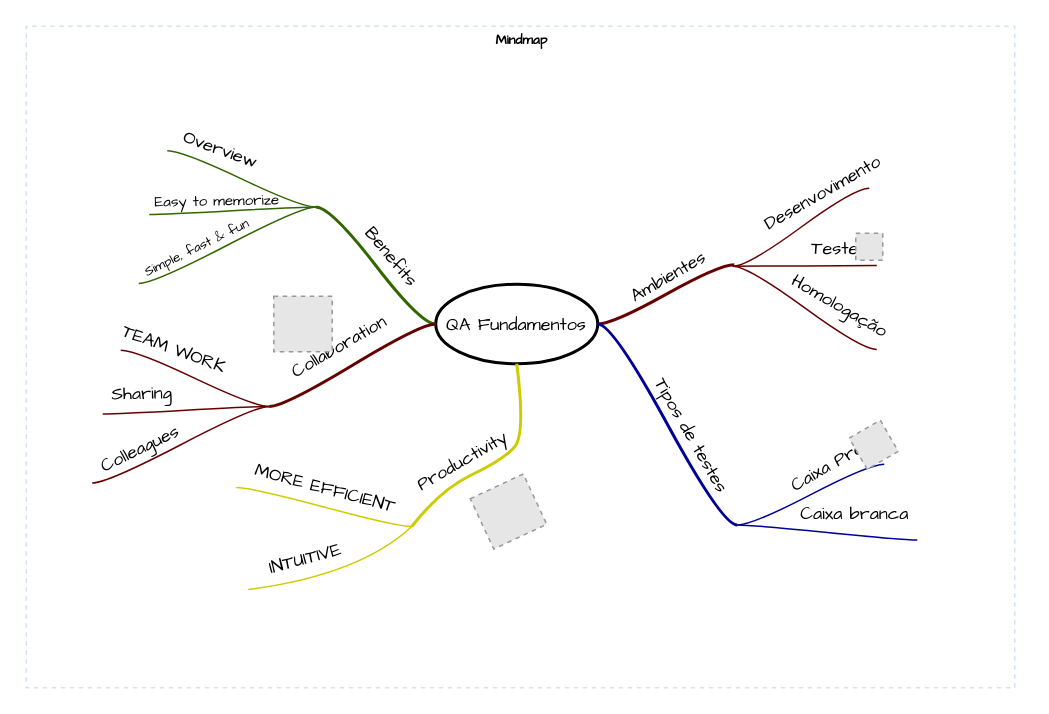
VDocean/QA-Conceitos keeps this draw.io diagram as Diagrama sem nome.drawio. Above is the earlier version. Source tidied: cells renumbered, new cells numbered last; positions are measured from the earlier drawing's top-left corner, leaving out a move shared by most shapes. Both pictures are drawn from the tidied source at 150%, with x=0, y=0 at pixel (26, 26). Pictures stored in the file or linked from it are replaced by grey dashed boxes.
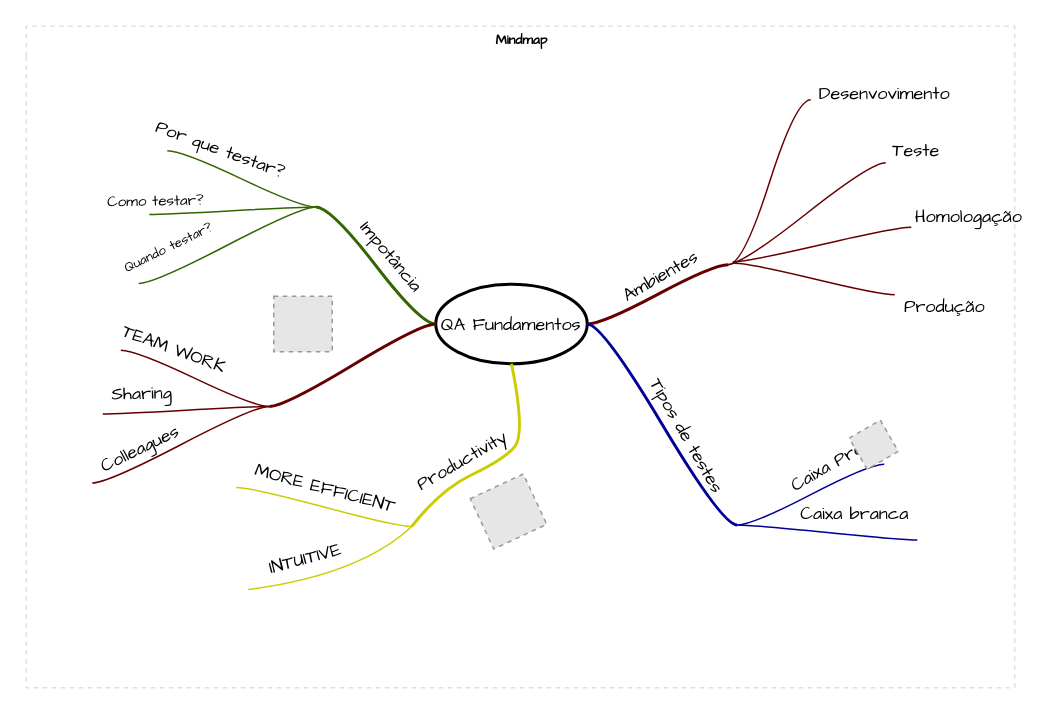
Above is the later version.

Commit message:
ambientes e objetivos dos testes

The change refers to these unchanged cells:
```xml
<mxCell id="2" value="Mindmap" style="swimlane;html=1;startSize=20;horizontal=1;containerType=tree;labelBackgroundColor=none;strokeColor=#D4E1F5;strokeWidth=1;fillColor=none;fontFamily=Comic Sans MS;fontSize=9;swimlaneLine=0;dashed=1;" parent="1" vertex="1">
  <mxGeometry width="659" height="441" as="geometry" />
</mxCell>
<mxCell id="4" style="whiteSpace=wrap;html=1;rounded=1;arcSize=50;align=center;verticalAlign=middle;strokeWidth=1;spacing=4;" parent="2" vertex="1">
  <mxGeometry x="471" y="159" height="2" as="geometry" />
</mxCell>
<mxCell id="7" style="whiteSpace=wrap;html=1;rounded=1;arcSize=50;align=center;verticalAlign=middle;strokeWidth=1;spacing=4;" parent="2" vertex="1" collapsed="1">
  <mxGeometry x="562" y="108" width="5" as="geometry" />
</mxCell>
<mxCell id="10" style="whiteSpace=wrap;html=1;rounded=1;arcSize=50;align=center;verticalAlign=middle;strokeWidth=1;spacing=4;" parent="2" vertex="1">
  <mxGeometry x="567" y="159" height="1" as="geometry" />
</mxCell>
<mxCell id="13" style="whiteSpace=wrap;html=1;rounded=1;arcSize=50;align=center;verticalAlign=middle;strokeWidth=1;spacing=4;" parent="2" vertex="1">
  <mxGeometry x="567" y="215" height="1" as="geometry" />
</mxCell>
<mxCell id="30" style="edgeStyle=entityRelationEdgeStyle;startArrow=none;endArrow=none;segment=10;curved=1;strokeWidth=2;strokeColor=#336600;rounded=0;fontSize=12;startSize=8;endSize=8;" parent="2" edge="1" source="3" target="29">
  <mxGeometry relative="1" as="geometry" />
</mxCell>
<mxCell id="33" style="edgeStyle=entityRelationEdgeStyle;startArrow=none;endArrow=none;segment=10;curved=1;strokeColor=#336600;rounded=0;fontSize=12;startSize=8;endSize=8;" parent="2" edge="1" source="29" target="32">
  <mxGeometry relative="1" as="geometry" />
</mxCell>
<mxCell id="36" style="edgeStyle=entityRelationEdgeStyle;startArrow=none;endArrow=none;segment=10;curved=1;strokeColor=#336600;rounded=0;fontSize=12;startSize=8;endSize=8;" parent="2" edge="1" source="29" target="35">
  <mxGeometry relative="1" as="geometry" />
</mxCell>
<mxCell id="39" style="edgeStyle=entityRelationEdgeStyle;startArrow=none;endArrow=none;segment=10;curved=1;strokeColor=#336600;rounded=0;fontSize=12;startSize=8;endSize=8;" parent="2" edge="1" source="29" target="38">
  <mxGeometry relative="1" as="geometry" />
</mxCell>
<mxCell id="43" style="edgeStyle=entityRelationEdgeStyle;startArrow=none;endArrow=none;segment=10;curved=1;strokeWidth=2;strokeColor=#660000;rounded=0;fontSize=12;startSize=8;endSize=8;" parent="2" edge="1" source="3" target="42">
  <mxGeometry relative="1" as="geometry" />
</mxCell>
```

What changed in the source:
```diff
@@
     <mxCell id="3" value="&lt;font face=&quot;Comic Sans MS&quot;&gt;QA Fundamentos&lt;/font&gt;" style="ellipse;whiteSpace=wrap;html=1;align=center;strokeWidth=2;" parent="2" vertex="1">
-      <mxGeometry x="273" y="172" width="108" height="53" as="geometry" />
+      <mxGeometry x="273" y="172" width="101" height="53" as="geometry" />
     </mxCell>
@@
     <mxCell id="5" style="edgeStyle=entityRelationEdgeStyle;startArrow=none;endArrow=none;segment=10;curved=1;strokeWidth=2;strokeColor=#660000;rounded=0;fontSize=12;startSize=8;endSize=8;" parent="2" edge="1" source="3">
       <mxGeometry relative="1" as="geometry">
-        <mxPoint x="472" y="159" as="targetPoint" />
+        <mxPoint x="468" y="159" as="targetPoint" />
       </mxGeometry>
     </mxCell>
@@
-    <mxCell id="8" style="edgeStyle=entityRelationEdgeStyle;startArrow=none;endArrow=none;segment=10;curved=1;strokeColor=#660000;rounded=0;fontSize=12;startSize=8;endSize=8;" parent="2" edge="1" source="4" target="7">
-      <mxGeometry relative="1" as="geometry" />
+    <mxCell id="8" style="edgeStyle=entityRelationEdgeStyle;startArrow=none;endArrow=none;segment=10;curved=1;strokeColor=#660000;rounded=0;fontSize=12;startSize=8;endSize=8;" parent="2" edge="1">
+      <mxGeometry relative="1" as="geometry">
+        <mxPoint x="468" y="159" as="sourcePoint" />
+        <mxPoint x="523" y="49" as="targetPoint" />
+        <Array as="points">
+          <mxPoint x="518" y="116" />
+          <mxPoint x="515" y="102" />
+          <mxPoint x="518" y="59" />
+        </Array>
+      </mxGeometry>
     </mxCell>
-    <mxCell id="9" value="Desenvovimento" style="text;html=1;align=center;verticalAlign=middle;labelBackgroundColor=none;fontFamily=Comic Sans MS;rotation=-30;" parent="8" vertex="1">
+    <mxCell id="9" value="Desenvovimento" style="text;html=1;align=center;verticalAlign=middle;labelBackgroundColor=none;fontFamily=Comic Sans MS;rotation=0;" parent="8" vertex="1">
       <mxGeometry x="0.26" relative="1" as="geometry">
-        <mxPoint x="3" y="-14" as="offset" />
+        <mxPoint x="71" y="-42" as="offset" />
       </mxGeometry>
     </mxCell>
@@
-    <mxCell id="11" style="edgeStyle=entityRelationEdgeStyle;startArrow=none;endArrow=none;segment=10;curved=1;strokeColor=#660000;rounded=0;fontSize=12;startSize=8;endSize=8;" parent="2" edge="1" source="4" target="10">
-      <mxGeometry relative="1" as="geometry" />
+    <mxCell id="11" style="edgeStyle=entityRelationEdgeStyle;startArrow=none;endArrow=none;segment=10;curved=1;strokeColor=#660000;rounded=0;fontSize=12;startSize=8;endSize=8;" parent="2" edge="1">
+      <mxGeometry relative="1" as="geometry">
+        <mxPoint x="471" y="157" as="sourcePoint" />
+        <mxPoint x="590" y="134" as="targetPoint" />
+      </mxGeometry>
     </mxCell>
     <mxCell id="12" value="Teste" style="text;html=1;align=center;verticalAlign=middle;labelBackgroundColor=none;fontFamily=Comic Sans MS;rotation=0;" parent="11" vertex="1">
       <mxGeometry x="-0.11" y="-1" relative="1" as="geometry">
-        <mxPoint x="24" y="-12" as="offset" />
+        <mxPoint x="68" y="-65" as="offset" />
       </mxGeometry>
     </mxCell>
@@
-    <mxCell id="14" style="edgeStyle=entityRelationEdgeStyle;startArrow=none;endArrow=none;segment=10;curved=1;strokeColor=#660000;rounded=0;fontSize=12;startSize=8;endSize=8;" parent="2" edge="1" source="4" target="13">
-      <mxGeometry relative="1" as="geometry" />
+    <mxCell id="14" style="edgeStyle=entityRelationEdgeStyle;startArrow=none;endArrow=none;segment=10;curved=1;strokeColor=#660000;rounded=0;fontSize=12;startSize=8;endSize=8;" parent="2" edge="1">
+      <mxGeometry relative="1" as="geometry">
+        <mxPoint x="472" y="158" as="sourcePoint" />
+        <mxPoint x="579" y="179" as="targetPoint" />
+      </mxGeometry>
     </mxCell>
-    <mxCell id="15" value="Homologação" style="text;html=1;align=center;verticalAlign=middle;labelBackgroundColor=none;fontFamily=Comic Sans MS;rotation=30;" parent="14" vertex="1">
-      <mxGeometry x="-0.11" y="-1" relative="1" as="geometry">
-        <mxPoint x="28" y="1" as="offset" />
+    <mxCell id="15" value="Homologação" style="text;html=1;align=center;verticalAlign=middle;labelBackgroundColor=none;fontFamily=Comic Sans MS;rotation=0;" parent="14" vertex="1">
+      <mxGeometry relative="1" as="geometry">
+        <mxPoint x="102" y="-41" as="offset" />
       </mxGeometry>
     </mxCell>
@@
-    <mxCell id="27" style="fillColor=#E6E6E6;strokeColor=#999999;dashed=1;html=1;verticalAlign=top;verticalLabelPosition=bottom;labelBackgroundColor=#ffffff;fontFamily=Comic Sans MS;" parent="2" vertex="1">
-      <mxGeometry x="553" y="138" width="18" height="18" as="geometry" />
-    </mxCell>
-    <mxCell id="28" style="edgeStyle=entityRelationEdgeStyle;jumpStyle=arc;html=1;endArrow=classicThin;endFill=1;jettySize=auto;strokeColor=none;strokeWidth=2;fontFamily=Comic Sans MS;rounded=0;fontSize=12;startSize=8;endSize=8;curved=1;" parent="2" edge="1" source="10" target="27">
-      <mxGeometry relative="1" as="geometry" />
-    </mxCell>
@@
-    <mxCell id="31" value="Benefits" style="text;html=1;align=center;verticalAlign=middle;labelBackgroundColor=none;rotation=50;fontFamily=Comic Sans MS;" parent="30" vertex="1">
+    <mxCell id="31" value="Impotância" style="text;html=1;align=center;verticalAlign=middle;labelBackgroundColor=none;rotation=50;fontFamily=Comic Sans MS;" parent="30" vertex="1">
       <mxGeometry x="0.02" y="2" relative="1" as="geometry">
         <mxPoint x="12" y="-7" as="offset" />
       </mxGeometry>
     </mxCell>
@@
-    <mxCell id="34" value="Simple, fast &amp;amp; fun" style="text;html=1;align=center;verticalAlign=middle;labelBackgroundColor=none;fontFamily=Comic Sans MS;rotation=-26;fontSize=9;" parent="33" vertex="1">
+    <mxCell id="34" value="Quando testar?" style="text;html=1;align=center;verticalAlign=middle;labelBackgroundColor=none;fontFamily=Comic Sans MS;rotation=-26;fontSize=9;" parent="33" vertex="1">
       <mxGeometry x="-0.11" y="-1" relative="1" as="geometry">
-        <mxPoint x="-27" y="7" as="offset" />
+        <mxPoint x="-46" y="7" as="offset" />
       </mxGeometry>
     </mxCell>
@@
-    <mxCell id="37" value="Easy to memorize" style="text;html=1;align=center;verticalAlign=middle;labelBackgroundColor=none;fontFamily=Comic Sans MS;rotation=-1;fontSize=10;" parent="36" vertex="1">
+    <mxCell id="37" value="Como testar?" style="text;html=1;align=center;verticalAlign=middle;labelBackgroundColor=none;fontFamily=Comic Sans MS;rotation=-1;fontSize=10;" parent="36" vertex="1">
       <mxGeometry x="-0.11" y="-1" relative="1" as="geometry">
-        <mxPoint x="-18" y="-6" as="offset" />
+        <mxPoint x="-59" y="-6" as="offset" />
       </mxGeometry>
     </mxCell>
@@
-    <mxCell id="40" value="Overview" style="text;html=1;align=center;verticalAlign=middle;labelBackgroundColor=none;fontFamily=Comic Sans MS;rotation=20;" parent="39" vertex="1">
+    <mxCell id="40" value="Por que testar?" style="text;html=1;align=center;verticalAlign=middle;labelBackgroundColor=none;fontFamily=Comic Sans MS;rotation=20;" parent="39" vertex="1">
       <mxGeometry x="0.26" relative="1" as="geometry">
         <mxPoint x="-2" y="-13" as="offset" />
       </mxGeometry>
     </mxCell>
@@
-    <mxCell id="44" value="Collaboration" style="text;html=1;align=center;verticalAlign=middle;labelBackgroundColor=none;rotation=-30;fontFamily=Comic Sans MS;" parent="43" vertex="1">
-      <mxGeometry x="0.02" y="2" relative="1" as="geometry">
-        <mxPoint x="-10" y="-13" as="offset" />
-      </mxGeometry>
-    </mxCell>
@@
+    <mxCell id="67" style="edgeStyle=entityRelationEdgeStyle;startArrow=none;endArrow=none;segment=10;curved=1;strokeColor=#660000;rounded=0;fontSize=12;startSize=8;endSize=8;" parent="1" edge="1">
+      <mxGeometry relative="1" as="geometry">
+        <mxPoint x="467" y="159" as="sourcePoint" />
+        <mxPoint x="573" y="91" as="targetPoint" />
+        <Array as="points">
+          <mxPoint x="531" y="123" />
+          <mxPoint x="528" y="109" />
+        </Array>
+      </mxGeometry>
+    </mxCell>
+    <mxCell id="68" value="Produção" style="text;html=1;align=center;verticalAlign=middle;labelBackgroundColor=none;fontFamily=Comic Sans MS;rotation=0;" parent="67" vertex="1">
+      <mxGeometry x="0.26" relative="1" as="geometry">
+        <mxPoint x="78" y="73" as="offset" />
+      </mxGeometry>
+    </mxCell>
```
